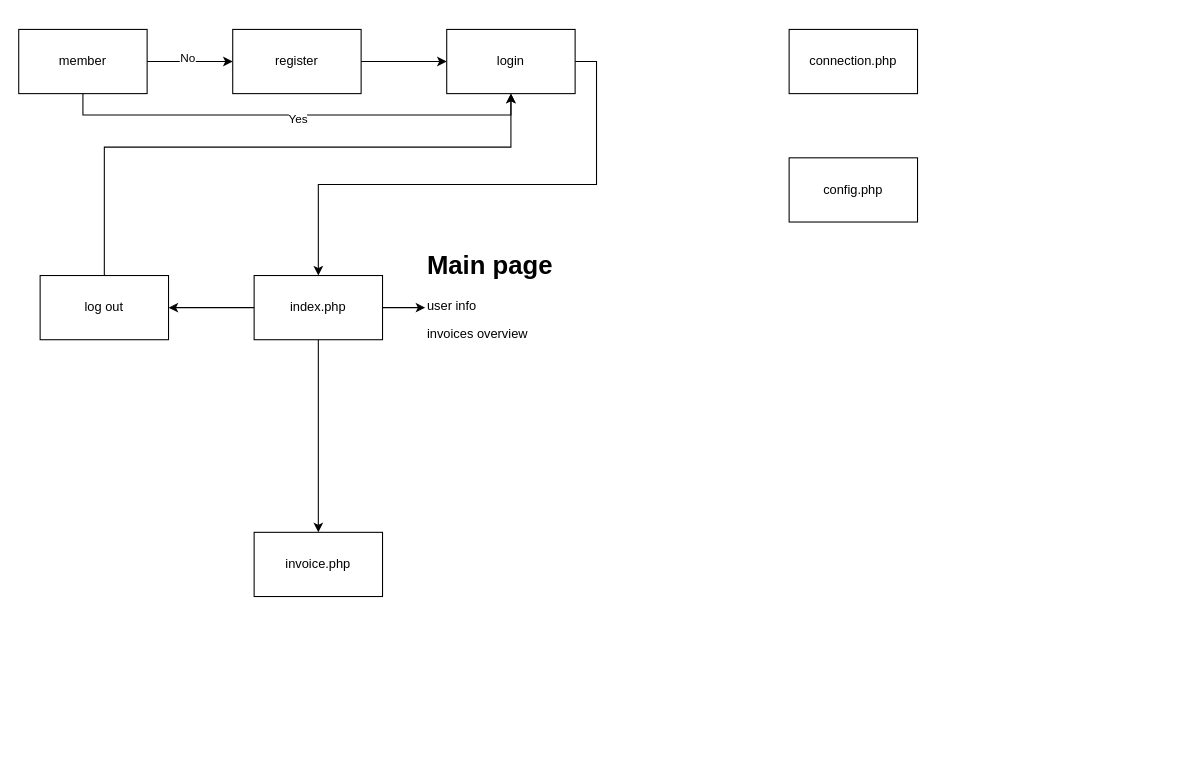
The draw.io diagram php.drawio in WilsonCruzz/system-design, before the edit. Source tidied: cells renumbered, new cells numbered last; positions are measured from the earlier drawing's top-left corner, leaving out a move shared by most shapes. Both pictures are drawn from the tidied source at 107%, with x=0, y=0 at pixel (18, 29).
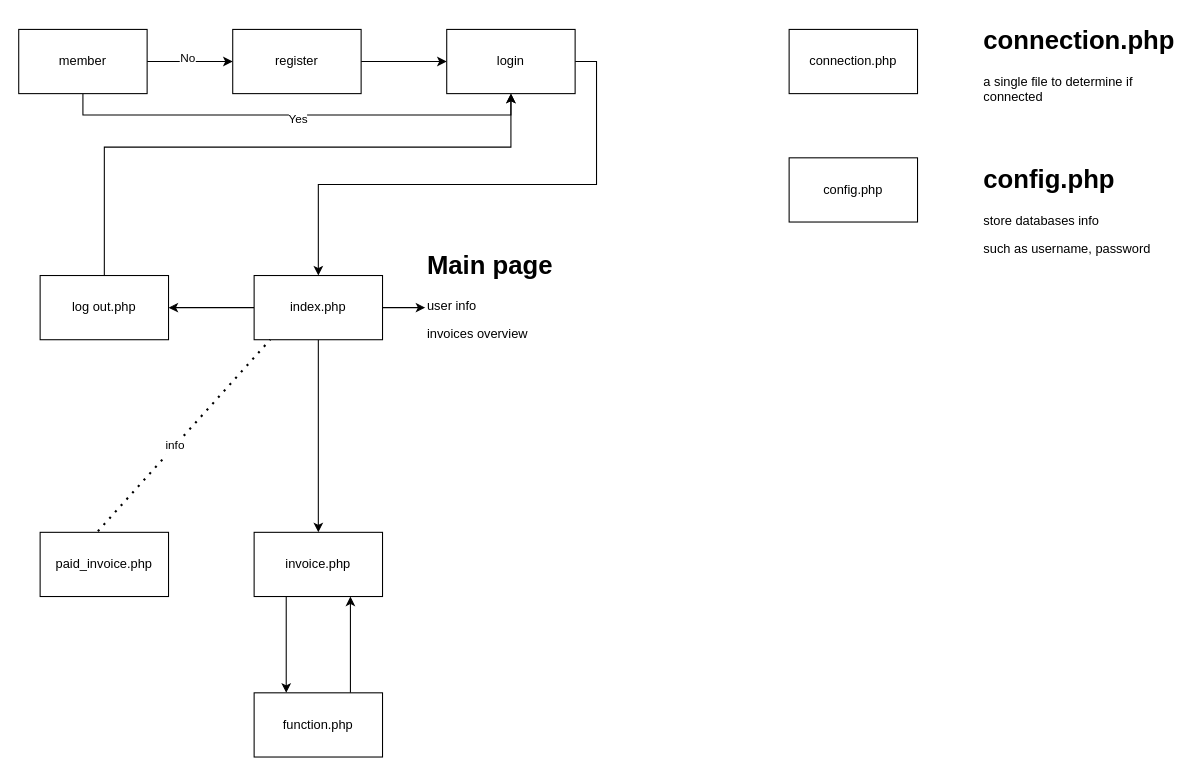
The same page after the edit.

Unchanged cells that the change refers to:
```xml
<mxCell id="14" value="index.php" style="rounded=0;whiteSpace=wrap;html=1;" parent="1" vertex="1">
  <mxGeometry x="220" y="230" width="120" height="60" as="geometry" />
</mxCell>
<mxCell id="18" value="invoice.php" style="whiteSpace=wrap;html=1;rounded=0;" parent="1" vertex="1">
  <mxGeometry x="220" y="470" width="120" height="60" as="geometry" />
</mxCell>
```

Change to the diagram source:
```diff
@@
-    <mxCell id="17" value="log out" style="whiteSpace=wrap;html=1;rounded=0;" parent="1" vertex="1">
+    <mxCell id="17" value="log out.php" style="whiteSpace=wrap;html=1;rounded=0;" parent="1" vertex="1">
       <mxGeometry x="20" y="230" width="120" height="60" as="geometry" />
     </mxCell>
+    <mxCell id="21" style="edgeStyle=orthogonalEdgeStyle;rounded=0;jettySize=auto;html=1;exitX=0.25;exitY=1;exitDx=0;exitDy=0;entryX=0.25;entryY=0;entryDx=0;entryDy=0;" parent="1" edge="1" source="18" target="24">
+      <mxGeometry relative="1" as="geometry" />
+    </mxCell>
@@
+    <mxCell id="22" value="paid_invoice.php" style="rounded=0;whiteSpace=wrap;html=1;" parent="1" vertex="1">
+      <mxGeometry x="20" y="470" width="120" height="60" as="geometry" />
+    </mxCell>
+    <mxCell id="23" style="edgeStyle=orthogonalEdgeStyle;rounded=0;jettySize=auto;html=1;exitX=0.75;exitY=0;exitDx=0;exitDy=0;entryX=0.75;entryY=1;entryDx=0;entryDy=0;" parent="1" edge="1" source="24" target="18">
+      <mxGeometry relative="1" as="geometry" />
+    </mxCell>
+    <mxCell id="24" value="function.php" style="rounded=0;whiteSpace=wrap;html=1;" parent="1" vertex="1">
+      <mxGeometry x="220" y="620" width="120" height="60" as="geometry" />
+    </mxCell>
+    <mxCell id="25" style="endArrow=none;dashed=1;html=1;dashPattern=1 3;strokeWidth=2;rounded=0;exitX=0.45;exitY=-0.017;exitDx=0;exitDy=0;exitPerimeter=0;entryX=0.125;entryY=1;entryDx=0;entryDy=0;entryPerimeter=0;" parent="1" edge="1" source="22" target="14">
+      <mxGeometry relative="1" as="geometry" />
+    </mxCell>
+    <mxCell id="26" value="info&lt;div&gt;&lt;br&gt;&lt;/div&gt;" style="edgeLabel;html=1;align=center;verticalAlign=middle;" parent="25" vertex="1">
+      <mxGeometry x="-0.15" y="-3" relative="1" as="geometry">
+        <mxPoint x="1" as="offset" />
+      </mxGeometry>
+    </mxCell>
+    <mxCell id="27" value="&lt;h1 style=&quot;margin-top: 0px;&quot;&gt;config.php&lt;/h1&gt;&lt;p&gt;store databases info&lt;/p&gt;&lt;p&gt;such as username, password&lt;/p&gt;" style="text;html=1;whiteSpace=wrap;overflow=hidden;rounded=0;" parent="1" vertex="1">
+      <mxGeometry x="900" y="120" width="180" height="120" as="geometry" />
+    </mxCell>
+    <mxCell id="28" value="&lt;h1 style=&quot;margin-top: 0px;&quot;&gt;connection.php&lt;/h1&gt;&lt;p&gt;a single file to determine if connected&lt;/p&gt;" style="text;html=1;whiteSpace=wrap;overflow=hidden;rounded=0;" parent="1" vertex="1">
+      <mxGeometry x="900" y="-10" width="180" height="120" as="geometry" />
+    </mxCell>
```
